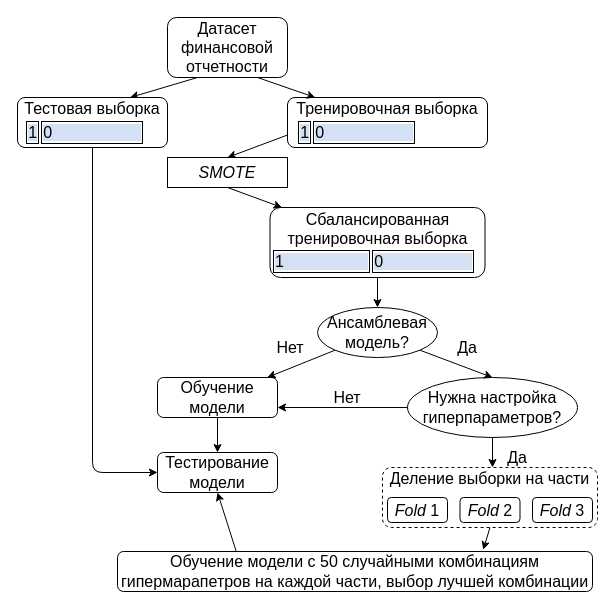
This is research scheme.drawio from Mekss/retail-companies-bankruptcy-research, a draw.io file, before an edit. Source tidied: cells renumbered, new cells numbered last; positions are measured from the earlier drawing's top-left corner, leaving out a move shared by most shapes. Both pictures are drawn from the tidied source at 100%, with x=0, y=0 at pixel (17, 17).
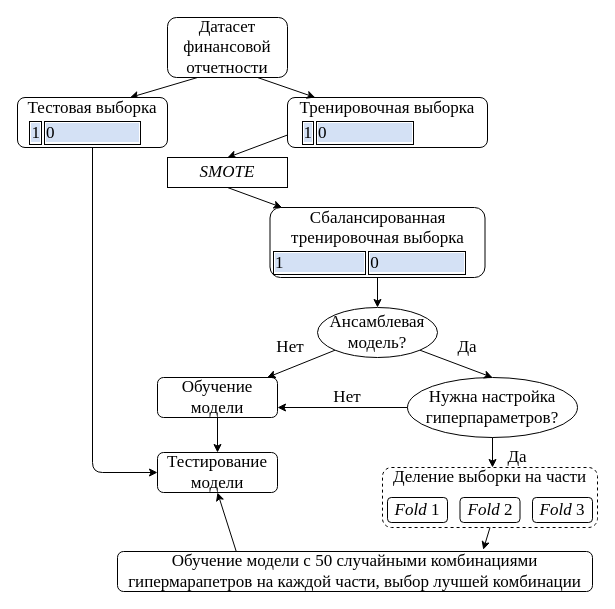
The same page after the edit.

What changed in the source:
```diff
@@
-    <mxCell id="2" value="Деление выборки на части&lt;br&gt;&lt;br&gt;&lt;br&gt;" style="rounded=1;whiteSpace=wrap;html=1;fontSize=16;dashed=1;fillColor=#FFFFFF;" parent="1" vertex="1">
+    <mxCell id="2" value="Деление выборки на части&lt;br style=&quot;font-size: 17px;&quot;&gt;&lt;br style=&quot;font-size: 17px;&quot;&gt;&lt;br style=&quot;font-size: 17px;&quot;&gt;" style="rounded=1;whiteSpace=wrap;html=1;fontSize=17;dashed=1;fillColor=#FFFFFF;fontFamily=Times New Roman;" parent="1" vertex="1">
       <mxGeometry x="365" y="450" width="215" height="60" as="geometry" />
     </mxCell>
-    <mxCell id="3" value="Датасет финансовой отчетности" style="rounded=1;whiteSpace=wrap;html=1;fontSize=16;glass=0;strokeWidth=1;shadow=0;" parent="1" vertex="1">
+    <mxCell id="3" value="Датасет финансовой отчетности" style="rounded=1;whiteSpace=wrap;html=1;fontSize=17;glass=0;strokeWidth=1;shadow=0;fontFamily=Times New Roman;" parent="1" vertex="1">
       <mxGeometry x="150" width="120" height="60" as="geometry" />
     </mxCell>
-    <mxCell id="4" value="Тренировочная выборка&lt;table&gt;&lt;tbody&gt;&lt;tr&gt;&lt;td style=&quot;border: 1px solid rgb(0 , 0 , 0) ; border-collapse: collapse&quot;&gt;&lt;span style=&quot;background-color: rgb(212 , 225 , 245)&quot;&gt;1&lt;/span&gt;&lt;/td&gt;&lt;td style=&quot;border: 1px solid rgb(0 , 0 , 0) ; border-collapse: collapse&quot;&gt;&lt;span style=&quot;background-color: rgb(212 , 225 , 245)&quot;&gt;0&amp;nbsp; &amp;nbsp; &amp;nbsp; &amp;nbsp; &amp;nbsp; &amp;nbsp; &amp;nbsp; &amp;nbsp; &amp;nbsp; &amp;nbsp;&amp;nbsp;&lt;/span&gt;&lt;/td&gt;&lt;/tr&gt;&lt;/tbody&gt;&lt;/table&gt;" style="rounded=1;whiteSpace=wrap;html=1;fontSize=16;glass=0;strokeWidth=1;shadow=0;" parent="1" vertex="1">
+    <mxCell id="4" value="Тренировочная выборка&lt;table style=&quot;font-size: 17px;&quot;&gt;&lt;tbody style=&quot;font-size: 17px;&quot;&gt;&lt;tr style=&quot;font-size: 17px;&quot;&gt;&lt;td style=&quot;border: 1px solid rgb(0, 0, 0); border-collapse: collapse; font-size: 17px;&quot;&gt;&lt;span style=&quot;background-color: rgb(212, 225, 245); font-size: 17px;&quot;&gt;1&lt;/span&gt;&lt;/td&gt;&lt;td style=&quot;border: 1px solid rgb(0, 0, 0); border-collapse: collapse; font-size: 17px;&quot;&gt;&lt;span style=&quot;background-color: rgb(212, 225, 245); font-size: 17px;&quot;&gt;0&amp;nbsp; &amp;nbsp; &amp;nbsp; &amp;nbsp; &amp;nbsp; &amp;nbsp; &amp;nbsp; &amp;nbsp; &amp;nbsp; &amp;nbsp;&amp;nbsp;&lt;/span&gt;&lt;/td&gt;&lt;/tr&gt;&lt;/tbody&gt;&lt;/table&gt;" style="rounded=1;whiteSpace=wrap;html=1;fontSize=17;glass=0;strokeWidth=1;shadow=0;fontFamily=Times New Roman;" parent="1" vertex="1">
       <mxGeometry x="270" y="80" width="200" height="50" as="geometry" />
     </mxCell>
-    <mxCell id="5" style="endArrow=classic;html=1;exitX=0.75;exitY=1;exitDx=0;exitDy=0;fontSize=16;" parent="1" edge="1" source="3" target="4">
+    <mxCell id="5" style="endArrow=classic;html=1;exitX=0.75;exitY=1;exitDx=0;exitDy=0;fontSize=17;fontFamily=Times New Roman;" parent="1" edge="1" source="3" target="4">
       <mxGeometry relative="1" as="geometry" />
     </mxCell>
-    <mxCell id="6" style="endArrow=classic;html=1;exitX=0.25;exitY=1;exitDx=0;exitDy=0;entryX=0.75;entryY=0;entryDx=0;entryDy=0;fontSize=16;" parent="1" edge="1" source="3" target="11">
+    <mxCell id="6" style="endArrow=classic;html=1;exitX=0.25;exitY=1;exitDx=0;exitDy=0;entryX=0.75;entryY=0;entryDx=0;entryDy=0;fontSize=17;fontFamily=Times New Roman;" parent="1" edge="1" source="3" target="11">
       <mxGeometry relative="1" as="geometry" />
     </mxCell>
-    <mxCell id="7" style="endArrow=classic;html=1;fontSize=16;exitX=0;exitY=0.75;exitDx=0;exitDy=0;entryX=0.5;entryY=0;entryDx=0;entryDy=0;" parent="1" edge="1" source="4" target="8">
+    <mxCell id="7" style="endArrow=classic;html=1;fontSize=17;exitX=0;exitY=0.75;exitDx=0;exitDy=0;entryX=0.5;entryY=0;entryDx=0;entryDy=0;fontFamily=Times New Roman;" parent="1" edge="1" source="4" target="8">
       <mxGeometry relative="1" as="geometry" />
     </mxCell>
-    <mxCell id="8" value="&lt;i&gt;SMOTE&lt;/i&gt;" style="rounded=0;whiteSpace=wrap;html=1;fontSize=16;" parent="1" vertex="1">
+    <mxCell id="8" value="&lt;i style=&quot;font-size: 17px;&quot;&gt;SMOTE&lt;/i&gt;" style="rounded=0;whiteSpace=wrap;html=1;fontSize=17;fontFamily=Times New Roman;" parent="1" vertex="1">
       <mxGeometry x="150" y="140" width="120" height="30" as="geometry" />
     </mxCell>
-    <mxCell id="9" value="Сбалансированная тренировочная выборка&lt;table&gt;&lt;tbody&gt;&lt;tr&gt;&lt;td style=&quot;border: 1px solid rgb(0 , 0 , 0) ; border-collapse: collapse&quot;&gt;&lt;span style=&quot;background-color: rgb(212 , 225 , 245)&quot;&gt;1&amp;nbsp; &amp;nbsp; &amp;nbsp; &amp;nbsp; &amp;nbsp; &amp;nbsp; &amp;nbsp; &amp;nbsp; &amp;nbsp; &amp;nbsp;&lt;/span&gt;&lt;/td&gt;&lt;td style=&quot;border: 1px solid rgb(0 , 0 , 0) ; border-collapse: collapse&quot;&gt;&lt;span style=&quot;background-color: rgb(212 , 225 , 245)&quot;&gt;0&amp;nbsp; &amp;nbsp; &amp;nbsp; &amp;nbsp; &amp;nbsp; &amp;nbsp; &amp;nbsp; &amp;nbsp; &amp;nbsp; &amp;nbsp;&amp;nbsp;&lt;/span&gt;&lt;/td&gt;&lt;/tr&gt;&lt;/tbody&gt;&lt;/table&gt;" style="rounded=1;whiteSpace=wrap;html=1;fontSize=16;glass=0;strokeWidth=1;shadow=0;" parent="1" vertex="1">
+    <mxCell id="9" value="Сбалансированная тренировочная выборка&lt;table style=&quot;font-size: 17px;&quot;&gt;&lt;tbody style=&quot;font-size: 17px;&quot;&gt;&lt;tr style=&quot;font-size: 17px;&quot;&gt;&lt;td style=&quot;border: 1px solid rgb(0, 0, 0); border-collapse: collapse; font-size: 17px;&quot;&gt;&lt;span style=&quot;background-color: rgb(212, 225, 245); font-size: 17px;&quot;&gt;1&amp;nbsp; &amp;nbsp; &amp;nbsp; &amp;nbsp; &amp;nbsp; &amp;nbsp; &amp;nbsp; &amp;nbsp; &amp;nbsp; &amp;nbsp;&lt;/span&gt;&lt;/td&gt;&lt;td style=&quot;border: 1px solid rgb(0, 0, 0); border-collapse: collapse; font-size: 17px;&quot;&gt;&lt;span style=&quot;background-color: rgb(212, 225, 245); font-size: 17px;&quot;&gt;0&amp;nbsp; &amp;nbsp; &amp;nbsp; &amp;nbsp; &amp;nbsp; &amp;nbsp; &amp;nbsp; &amp;nbsp; &amp;nbsp; &amp;nbsp;&amp;nbsp;&lt;/span&gt;&lt;/td&gt;&lt;/tr&gt;&lt;/tbody&gt;&lt;/table&gt;" style="rounded=1;whiteSpace=wrap;html=1;fontSize=17;glass=0;strokeWidth=1;shadow=0;fontFamily=Times New Roman;" parent="1" vertex="1">
       <mxGeometry x="252.5" y="190" width="215" height="70" as="geometry" />
     </mxCell>
-    <mxCell id="10" style="endArrow=classic;html=1;fontSize=16;exitX=0.5;exitY=1;exitDx=0;exitDy=0;" parent="1" edge="1" source="8" target="9">
+    <mxCell id="10" style="endArrow=classic;html=1;fontSize=17;exitX=0.5;exitY=1;exitDx=0;exitDy=0;fontFamily=Times New Roman;" parent="1" edge="1" source="8" target="9">
       <mxGeometry relative="1" as="geometry" />
     </mxCell>
-    <mxCell id="11" value="Тестовая выборка&lt;table&gt;&lt;tbody&gt;&lt;tr&gt;&lt;td style=&quot;border: 1px solid rgb(0 , 0 , 0) ; border-collapse: collapse&quot;&gt;&lt;span style=&quot;background-color: rgb(212 , 225 , 245)&quot;&gt;1&lt;/span&gt;&lt;/td&gt;&lt;td style=&quot;border: 1px solid rgb(0 , 0 , 0) ; border-collapse: collapse&quot;&gt;&lt;span style=&quot;background-color: rgb(212 , 225 , 245)&quot;&gt;0&amp;nbsp; &amp;nbsp; &amp;nbsp; &amp;nbsp; &amp;nbsp; &amp;nbsp; &amp;nbsp; &amp;nbsp; &amp;nbsp; &amp;nbsp;&amp;nbsp;&lt;/span&gt;&lt;/td&gt;&lt;/tr&gt;&lt;/tbody&gt;&lt;/table&gt;" style="rounded=1;whiteSpace=wrap;html=1;fontSize=16;glass=0;strokeWidth=1;shadow=0;" parent="1" vertex="1">
+    <mxCell id="11" value="Тестовая выборка&lt;table style=&quot;font-size: 17px;&quot;&gt;&lt;tbody style=&quot;font-size: 17px;&quot;&gt;&lt;tr style=&quot;font-size: 17px;&quot;&gt;&lt;td style=&quot;border: 1px solid rgb(0, 0, 0); border-collapse: collapse; font-size: 17px;&quot;&gt;&lt;span style=&quot;background-color: rgb(212, 225, 245); font-size: 17px;&quot;&gt;1&lt;/span&gt;&lt;/td&gt;&lt;td style=&quot;border: 1px solid rgb(0, 0, 0); border-collapse: collapse; font-size: 17px;&quot;&gt;&lt;span style=&quot;background-color: rgb(212, 225, 245); font-size: 17px;&quot;&gt;0&amp;nbsp; &amp;nbsp; &amp;nbsp; &amp;nbsp; &amp;nbsp; &amp;nbsp; &amp;nbsp; &amp;nbsp; &amp;nbsp; &amp;nbsp;&amp;nbsp;&lt;/span&gt;&lt;/td&gt;&lt;/tr&gt;&lt;/tbody&gt;&lt;/table&gt;" style="rounded=1;whiteSpace=wrap;html=1;fontSize=17;glass=0;strokeWidth=1;shadow=0;fontFamily=Times New Roman;" parent="1" vertex="1">
       <mxGeometry y="80" width="150" height="50" as="geometry" />
     </mxCell>
-    <mxCell id="12" style="endArrow=classic;html=1;fontSize=16;exitX=0.5;exitY=1;exitDx=0;exitDy=0;entryX=0.5;entryY=0;entryDx=0;entryDy=0;" parent="1" edge="1" source="9">
+    <mxCell id="12" style="endArrow=classic;html=1;fontSize=17;exitX=0.5;exitY=1;exitDx=0;exitDy=0;entryX=0.5;entryY=0;entryDx=0;entryDy=0;fontFamily=Times New Roman;" parent="1" edge="1" source="9">
       <mxGeometry relative="1" as="geometry">
         <mxPoint x="360" y="290" as="targetPoint" />
       </mxGeometry>
     </mxCell>
-    <mxCell id="13" value="Обучение модели" style="rounded=1;whiteSpace=wrap;html=1;fontSize=16;" parent="1" vertex="1">
+    <mxCell id="13" value="Обучение модели" style="rounded=1;whiteSpace=wrap;html=1;fontSize=17;fontFamily=Times New Roman;" parent="1" vertex="1">
       <mxGeometry x="140" y="360" width="120" height="40" as="geometry" />
     </mxCell>
-    <mxCell id="14" style="endArrow=classic;html=1;fontSize=16;exitX=0;exitY=1;exitDx=0;exitDy=0;" parent="1" edge="1" source="19" target="13">
+    <mxCell id="14" style="endArrow=classic;html=1;fontSize=17;exitX=0;exitY=1;exitDx=0;exitDy=0;fontFamily=Times New Roman;" parent="1" edge="1" source="19" target="13">
       <mxGeometry relative="1" as="geometry" />
     </mxCell>
-    <mxCell id="15" value="Тестирование модели" style="rounded=1;whiteSpace=wrap;html=1;fontSize=16;" parent="1" vertex="1">
+    <mxCell id="15" value="Тестирование модели" style="rounded=1;whiteSpace=wrap;html=1;fontSize=17;fontFamily=Times New Roman;" parent="1" vertex="1">
       <mxGeometry x="140" y="435" width="120" height="40" as="geometry" />
     </mxCell>
-    <mxCell id="16" style="endArrow=classic;html=1;fontSize=16;exitX=0.5;exitY=1;exitDx=0;exitDy=0;entryX=0.5;entryY=0;entryDx=0;entryDy=0;" parent="1" edge="1" source="13" target="15">
+    <mxCell id="16" style="endArrow=classic;html=1;fontSize=17;exitX=0.5;exitY=1;exitDx=0;exitDy=0;entryX=0.5;entryY=0;entryDx=0;entryDy=0;fontFamily=Times New Roman;" parent="1" edge="1" source="13" target="15">
       <mxGeometry relative="1" as="geometry" />
     </mxCell>
-    <mxCell id="17" style="endArrow=classic;html=1;fontSize=16;exitX=0.5;exitY=1;exitDx=0;exitDy=0;entryX=0;entryY=0.5;entryDx=0;entryDy=0;" parent="1" edge="1" source="11" target="15">
+    <mxCell id="17" style="endArrow=classic;html=1;fontSize=17;exitX=0.5;exitY=1;exitDx=0;exitDy=0;entryX=0;entryY=0.5;entryDx=0;entryDy=0;fontFamily=Times New Roman;" parent="1" edge="1" source="11" target="15">
       <mxGeometry relative="1" as="geometry">
         <Array as="points">
           <mxPoint x="75" y="455" />
         </Array>
       </mxGeometry>
     </mxCell>
-    <mxCell id="18" value="Нет" style="text;html=1;strokeColor=none;fillColor=none;align=center;verticalAlign=middle;whiteSpace=wrap;rounded=0;fontSize=16;" parent="1" vertex="1">
+    <mxCell id="18" value="Нет" style="text;html=1;strokeColor=none;fillColor=none;align=center;verticalAlign=middle;whiteSpace=wrap;rounded=0;fontSize=17;fontFamily=Times New Roman;" parent="1" vertex="1">
       <mxGeometry x="252.5" y="320" width="40" height="20" as="geometry" />
     </mxCell>
-    <mxCell id="19" value="&lt;span&gt;Ансамблевая модель?&lt;/span&gt;" style="ellipse;whiteSpace=wrap;html=1;fontSize=16;" parent="1" vertex="1">
+    <mxCell id="19" value="&lt;span style=&quot;font-size: 17px;&quot;&gt;Ансамблевая модель?&lt;/span&gt;" style="ellipse;whiteSpace=wrap;html=1;fontSize=17;fontFamily=Times New Roman;" parent="1" vertex="1">
       <mxGeometry x="300" y="290" width="120" height="50" as="geometry" />
     </mxCell>
-    <mxCell id="20" value="Нужна настройка гиперпараметров?" style="ellipse;whiteSpace=wrap;html=1;fontSize=16;" parent="1" vertex="1">
+    <mxCell id="20" value="Нужна настройка гиперпараметров?" style="ellipse;whiteSpace=wrap;html=1;fontSize=17;fontFamily=Times New Roman;" parent="1" vertex="1">
       <mxGeometry x="390" y="360" width="170" height="60" as="geometry" />
     </mxCell>
-    <mxCell id="21" style="endArrow=classic;html=1;fontSize=16;exitX=1;exitY=1;exitDx=0;exitDy=0;entryX=0.5;entryY=0;entryDx=0;entryDy=0;" parent="1" edge="1" source="19" target="20">
+    <mxCell id="21" style="endArrow=classic;html=1;fontSize=17;exitX=1;exitY=1;exitDx=0;exitDy=0;entryX=0.5;entryY=0;entryDx=0;entryDy=0;fontFamily=Times New Roman;" parent="1" edge="1" source="19" target="20">
       <mxGeometry relative="1" as="geometry" />
     </mxCell>
-    <mxCell id="22" value="Да" style="text;html=1;strokeColor=none;fillColor=none;align=center;verticalAlign=middle;whiteSpace=wrap;rounded=0;fontSize=16;" parent="1" vertex="1">
+    <mxCell id="22" value="Да" style="text;html=1;strokeColor=none;fillColor=none;align=center;verticalAlign=middle;whiteSpace=wrap;rounded=0;fontSize=17;fontFamily=Times New Roman;" parent="1" vertex="1">
       <mxGeometry x="430" y="320" width="40" height="20" as="geometry" />
     </mxCell>
-    <mxCell id="23" style="endArrow=classic;html=1;fontSize=16;exitX=0;exitY=0.5;exitDx=0;exitDy=0;entryX=1;entryY=0.75;entryDx=0;entryDy=0;" parent="1" edge="1" source="20" target="13">
+    <mxCell id="23" style="endArrow=classic;html=1;fontSize=17;exitX=0;exitY=0.5;exitDx=0;exitDy=0;entryX=1;entryY=0.75;entryDx=0;entryDy=0;fontFamily=Times New Roman;" parent="1" edge="1" source="20" target="13">
       <mxGeometry relative="1" as="geometry" />
     </mxCell>
-    <mxCell id="24" value="Нет" style="text;html=1;strokeColor=none;fillColor=none;align=center;verticalAlign=middle;whiteSpace=wrap;rounded=0;fontSize=16;" parent="1" vertex="1">
+    <mxCell id="24" value="Нет" style="text;html=1;strokeColor=none;fillColor=none;align=center;verticalAlign=middle;whiteSpace=wrap;rounded=0;fontSize=17;fontFamily=Times New Roman;" parent="1" vertex="1">
       <mxGeometry x="310" y="370" width="40" height="20" as="geometry" />
     </mxCell>
-    <mxCell id="25" value="Да" style="text;html=1;strokeColor=none;fillColor=none;align=center;verticalAlign=middle;whiteSpace=wrap;rounded=0;fontSize=16;" parent="1" vertex="1">
+    <mxCell id="25" value="Да" style="text;html=1;strokeColor=none;fillColor=none;align=center;verticalAlign=middle;whiteSpace=wrap;rounded=0;fontSize=17;fontFamily=Times New Roman;" parent="1" vertex="1">
       <mxGeometry x="480" y="430" width="40" height="20" as="geometry" />
     </mxCell>
-    <mxCell id="26" style="endArrow=classic;html=1;fontSize=16;exitX=0.5;exitY=1;exitDx=0;exitDy=0;" parent="1" edge="1" source="20">
+    <mxCell id="26" style="endArrow=classic;html=1;fontSize=17;exitX=0.5;exitY=1;exitDx=0;exitDy=0;fontFamily=Times New Roman;" parent="1" edge="1" source="20">
       <mxGeometry relative="1" as="geometry">
         <mxPoint x="475" y="450" as="targetPoint" />
       </mxGeometry>
     </mxCell>
-    <mxCell id="27" value="&lt;i&gt;Fold &lt;/i&gt;1" style="rounded=1;whiteSpace=wrap;html=1;fontSize=16;" parent="1" vertex="1">
+    <mxCell id="27" value="&lt;i style=&quot;font-size: 17px;&quot;&gt;Fold &lt;/i&gt;1" style="rounded=1;whiteSpace=wrap;html=1;fontSize=17;fontFamily=Times New Roman;" parent="1" vertex="1">
       <mxGeometry x="370" y="480" width="60" height="25" as="geometry" />
     </mxCell>
-    <mxCell id="28" value="&lt;i&gt;Fold&amp;nbsp;&lt;/i&gt;2" style="rounded=1;whiteSpace=wrap;html=1;fontSize=16;" parent="1" vertex="1">
+    <mxCell id="28" value="&lt;i style=&quot;font-size: 17px;&quot;&gt;Fold&amp;nbsp;&lt;/i&gt;2" style="rounded=1;whiteSpace=wrap;html=1;fontSize=17;fontFamily=Times New Roman;" parent="1" vertex="1">
       <mxGeometry x="442.5" y="480" width="60" height="25" as="geometry" />
     </mxCell>
-    <mxCell id="29" value="&lt;i&gt;Fold&amp;nbsp;&lt;/i&gt;3" style="rounded=1;whiteSpace=wrap;html=1;fontSize=16;" parent="1" vertex="1">
+    <mxCell id="29" value="&lt;i style=&quot;font-size: 17px;&quot;&gt;Fold&amp;nbsp;&lt;/i&gt;3" style="rounded=1;whiteSpace=wrap;html=1;fontSize=17;fontFamily=Times New Roman;" parent="1" vertex="1">
       <mxGeometry x="515" y="480" width="60" height="25" as="geometry" />
     </mxCell>
-    <mxCell id="30" value="Обучение модели с 50 случайными комбинациям гипермарапетров на каждой части, выбор лучшей комбинации" style="rounded=1;whiteSpace=wrap;html=1;fontSize=16;fillColor=#FFFFFF;" parent="1" vertex="1">
+    <mxCell id="30" value="Обучение модели с 50 случайными комбинациями гипермарапетров на каждой части, выбор лучшей комбинации" style="rounded=1;whiteSpace=wrap;html=1;fontSize=17;fillColor=#FFFFFF;fontFamily=Times New Roman;" parent="1" vertex="1">
       <mxGeometry x="100" y="534" width="475" height="40" as="geometry" />
     </mxCell>
-    <mxCell id="31" style="endArrow=classic;html=1;fontSize=16;exitX=0.5;exitY=1;exitDx=0;exitDy=0;entryX=0.77;entryY=-0.044;entryDx=0;entryDy=0;entryPerimeter=0;" parent="1" edge="1" source="2" target="30">
+    <mxCell id="31" style="endArrow=classic;html=1;fontSize=17;exitX=0.5;exitY=1;exitDx=0;exitDy=0;entryX=0.77;entryY=-0.044;entryDx=0;entryDy=0;entryPerimeter=0;fontFamily=Times New Roman;" parent="1" edge="1" source="2" target="30">
       <mxGeometry relative="1" as="geometry" />
     </mxCell>
-    <mxCell id="32" style="endArrow=classic;html=1;fontSize=16;exitX=0.25;exitY=0;exitDx=0;exitDy=0;entryX=0.5;entryY=1;entryDx=0;entryDy=0;" parent="1" edge="1" source="30" target="15">
+    <mxCell id="32" style="endArrow=classic;html=1;fontSize=17;exitX=0.25;exitY=0;exitDx=0;exitDy=0;entryX=0.5;entryY=1;entryDx=0;entryDy=0;fontFamily=Times New Roman;" parent="1" edge="1" source="30" target="15">
       <mxGeometry relative="1" as="geometry" />
     </mxCell>
```
